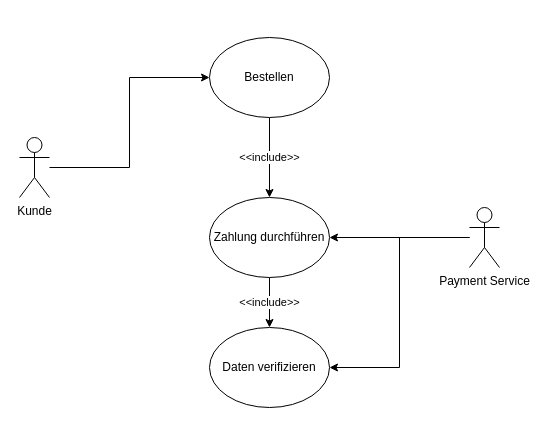
dnickel8/SGSETeam3 keeps this draw.io diagram as Spezifikation/Payment Service/Diagramme/Use Case Diagramm Payment.drawio. Above is the earlier version. Source tidied: cells renumbered, new cells numbered last; positions are measured from the earlier drawing's top-left corner, leaving out a move shared by most shapes. Both pictures are drawn from the tidied source at 100%, with x=0, y=0 at pixel (19, 37).
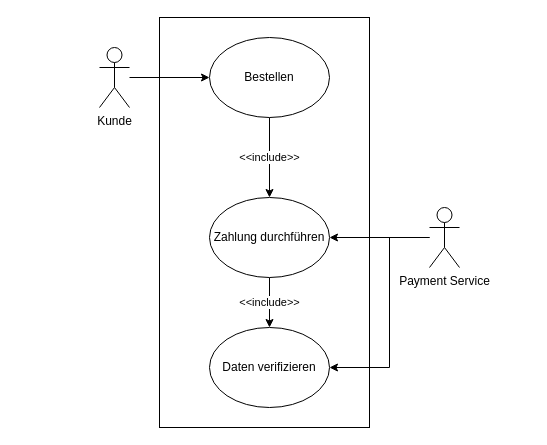
The same diagram, later.

Commit message (it also covers changes not shown here):
Payment Use Case D

Change to the diagram source:
```diff
@@
 <mxGraphModel>
   <root>
     <mxCell id="0" />
     <mxCell id="1" parent="0" />
     <mxCell id="2" style="edgeStyle=orthogonalEdgeStyle;rounded=0;jettySize=auto;html=1;entryX=0;entryY=0.5;entryDx=0;entryDy=0;" parent="1" edge="1" source="3" target="7">
       <mxGeometry relative="1" as="geometry" />
     </mxCell>
     <mxCell id="3" value="Kunde&lt;br&gt;" style="shape=umlActor;verticalLabelPosition=bottom;verticalAlign=top;html=1;outlineConnect=0;" parent="1" vertex="1">
-      <mxGeometry y="100" width="30" height="60" as="geometry" />
+      <mxGeometry x="80" y="10" width="30" height="60" as="geometry" />
     </mxCell>
     <mxCell id="4" value="&amp;lt;&amp;lt;include&amp;gt;&amp;gt;" style="edgeStyle=orthogonalEdgeStyle;rounded=0;jettySize=auto;html=1;entryX=0.5;entryY=0;entryDx=0;entryDy=0;" parent="1" edge="1" source="5" target="11">
       <mxGeometry relative="1" as="geometry" />
     </mxCell>
     <mxCell id="5" value="Zahlung durchführen" style="ellipse;whiteSpace=wrap;html=1;" parent="1" vertex="1">
       <mxGeometry x="190" y="160" width="120" height="80" as="geometry" />
     </mxCell>
     <mxCell id="6" value="&amp;lt;&amp;lt;include&amp;gt;&amp;gt;" style="edgeStyle=orthogonalEdgeStyle;rounded=0;jettySize=auto;html=1;entryX=0.5;entryY=0;entryDx=0;entryDy=0;" parent="1" edge="1" source="7" target="5">
       <mxGeometry relative="1" as="geometry" />
     </mxCell>
     <mxCell id="7" value="Bestellen" style="ellipse;whiteSpace=wrap;html=1;" parent="1" vertex="1">
       <mxGeometry x="190" width="120" height="80" as="geometry" />
     </mxCell>
     <mxCell id="8" style="edgeStyle=orthogonalEdgeStyle;rounded=0;jettySize=auto;html=1;entryX=1;entryY=0.5;entryDx=0;entryDy=0;" parent="1" edge="1" source="10" target="5">
       <mxGeometry relative="1" as="geometry" />
     </mxCell>
     <mxCell id="9" style="edgeStyle=orthogonalEdgeStyle;rounded=0;jettySize=auto;html=1;entryX=1;entryY=0.5;entryDx=0;entryDy=0;" parent="1" edge="1" source="10" target="11">
-      <mxGeometry relative="1" as="geometry" />
+      <mxGeometry relative="1" as="geometry">
+        <Array as="points">
+          <mxPoint x="370" y="200" />
+          <mxPoint x="370" y="330" />
+        </Array>
+      </mxGeometry>
     </mxCell>
     <mxCell id="10" value="Payment Service" style="shape=umlActor;verticalLabelPosition=bottom;verticalAlign=top;html=1;outlineConnect=0;" parent="1" vertex="1">
-      <mxGeometry x="450" y="170" width="30" height="60" as="geometry" />
+      <mxGeometry x="410" y="170" width="30" height="60" as="geometry" />
     </mxCell>
     <mxCell id="11" value="Daten verifizieren" style="ellipse;whiteSpace=wrap;html=1;" parent="1" vertex="1">
       <mxGeometry x="190" y="290" width="120" height="80" as="geometry" />
     </mxCell>
+    <mxCell id="12" style="rounded=0;whiteSpace=wrap;html=1;fillColor=none;" parent="1" vertex="1">
+      <mxGeometry x="140" y="-20" width="210" height="410" as="geometry" />
+    </mxCell>
   </root>
 </mxGraphModel>
```
